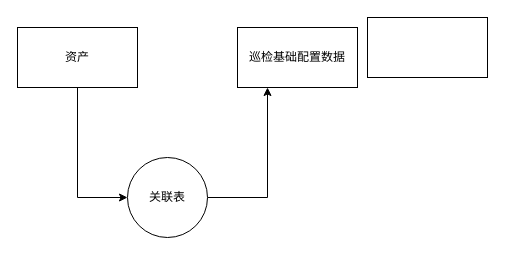
This is 资产与巡检基础配置项关联.drawio from x1126565832/pic, a draw.io file, before an edit. Source tidied: cells renumbered, new cells numbered last; positions are measured from the earlier drawing's top-left corner, leaving out a move shared by most shapes. Both pictures are drawn from the tidied source at 100%, with x=0, y=0 at pixel (17, 17).
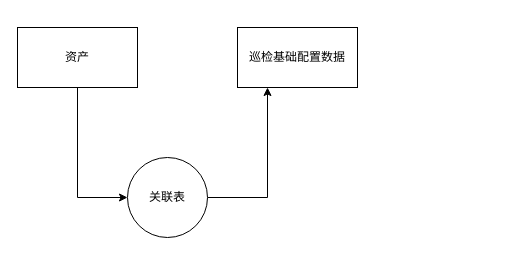
Above is the later version.

Commit message:
更新资产与巡检基础配置项关联.drawio

Diff of the diagram source:
```diff
@@
 <mxGraphModel>
   <root>
     <mxCell id="0" />
     <mxCell id="1" parent="0" />
     <mxCell id="2" style="edgeStyle=orthogonalEdgeStyle;rounded=0;jettySize=auto;html=1;entryX=0;entryY=0.5;entryDx=0;entryDy=0;" parent="1" edge="1" source="3" target="6">
       <mxGeometry relative="1" as="geometry" />
     </mxCell>
     <mxCell id="3" value="资产" style="rounded=0;whiteSpace=wrap;html=1;" parent="1" vertex="1">
       <mxGeometry y="10" width="120" height="60" as="geometry" />
     </mxCell>
     <mxCell id="4" value="巡检基础配置数据" style="whiteSpace=wrap;html=1;" parent="1" vertex="1">
       <mxGeometry x="220" y="10" width="120" height="60" as="geometry" />
     </mxCell>
     <mxCell id="5" style="edgeStyle=orthogonalEdgeStyle;rounded=0;jettySize=auto;html=1;entryX=0.25;entryY=1;entryDx=0;entryDy=0;" parent="1" edge="1" source="6" target="4">
       <mxGeometry relative="1" as="geometry" />
     </mxCell>
     <mxCell id="6" value="关联表" style="ellipse;whiteSpace=wrap;html=1;" parent="1" vertex="1">
       <mxGeometry x="110" y="140" width="80" height="80" as="geometry" />
     </mxCell>
-    <mxCell id="7" style="whiteSpace=wrap;html=1;" parent="1" vertex="1">
-      <mxGeometry x="350" width="120" height="60" as="geometry" />
-    </mxCell>
   </root>
 </mxGraphModel>
```
